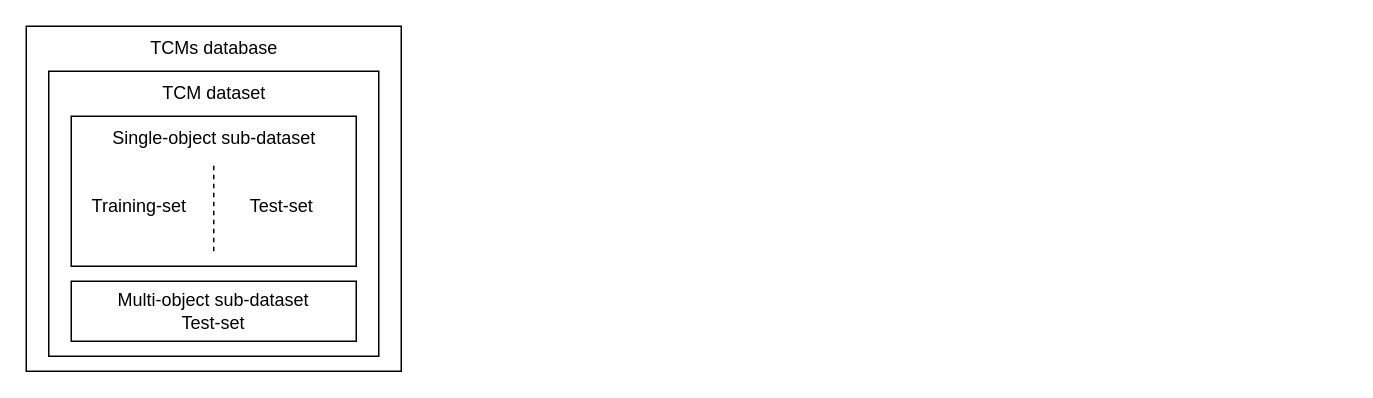
The draw.io diagram flow_tcmnet.drawio in GPL1024/BigNews, before the edit. Source tidied: cells renumbered, new cells numbered last; positions are measured from the earlier drawing's top-left corner, leaving out a move shared by most shapes. Both pictures are drawn from the tidied source at 150%, with x=0, y=0 at pixel (26, 26).
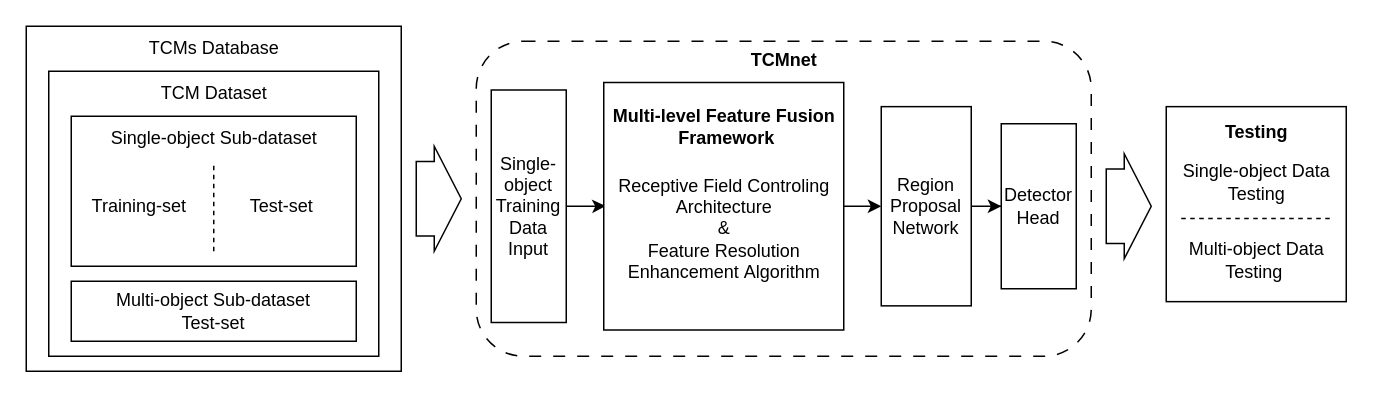
The same page after the edit.

What changed in the source:
```diff
@@
+    <mxCell id="12" style="rounded=1;whiteSpace=wrap;html=1;fillColor=none;dashed=1;dashPattern=8 8;" parent="1" vertex="1">
+      <mxGeometry x="300" y="10" width="410" height="210" as="geometry" />
+    </mxCell>
@@
-    <mxCell id="3" value="TCMs database" style="text;html=1;align=center;verticalAlign=middle;strokeColor=none;fillColor=none;" parent="1" vertex="1">
+    <mxCell id="3" value="TCMs Database" style="text;html=1;align=center;verticalAlign=middle;strokeColor=none;fillColor=none;" parent="1" vertex="1">
       <mxGeometry x="70" width="110" height="30" as="geometry" />
     </mxCell>
@@
-    <mxCell id="6" value="Single-object sub-dataset" style="text;html=1;align=center;verticalAlign=middle;strokeColor=none;fillColor=none;" parent="1" vertex="1">
+    <mxCell id="6" value="Single-object Sub-dataset" style="text;html=1;align=center;verticalAlign=middle;strokeColor=none;fillColor=none;" parent="1" vertex="1">
       <mxGeometry x="45" y="60" width="160" height="30" as="geometry" />
     </mxCell>
-    <mxCell id="7" value="Multi-object sub-dataset&lt;br&gt;Test-set" style="rounded=0;whiteSpace=wrap;html=1;align=center;" parent="1" vertex="1">
+    <mxCell id="7" value="Multi-object Sub-dataset&lt;br&gt;Test-set" style="rounded=0;whiteSpace=wrap;html=1;align=center;" parent="1" vertex="1">
       <mxGeometry x="30" y="170" width="190" height="40" as="geometry" />
     </mxCell>
-    <mxCell id="8" value="TCM dataset" style="text;html=1;align=center;verticalAlign=middle;strokeColor=none;fillColor=none;" parent="1" vertex="1">
+    <mxCell id="8" value="TCM Dataset" style="text;html=1;align=center;verticalAlign=middle;strokeColor=none;fillColor=none;" parent="1" vertex="1">
       <mxGeometry x="80" y="30" width="90" height="30" as="geometry" />
     </mxCell>
@@
+    <mxCell id="13" style="html=1;shadow=0;dashed=0;align=center;verticalAlign=middle;shape=mxgraph.arrows2.arrow;dy=0.29;dx=18;notch=0;" parent="1" vertex="1">
+      <mxGeometry x="260" y="80" width="30" height="70" as="geometry" />
+    </mxCell>
+    <mxCell id="14" style="edgeStyle=orthogonalEdgeStyle;rounded=0;jettySize=auto;html=1;entryX=0.008;entryY=0.331;entryDx=0;entryDy=0;entryPerimeter=0;" parent="1" edge="1" source="15" target="22">
+      <mxGeometry relative="1" as="geometry" />
+    </mxCell>
+    <mxCell id="15" value="Single-object&lt;br&gt;Training&lt;br&gt;Data&lt;br&gt;Input" style="rounded=0;whiteSpace=wrap;html=1;" parent="1" vertex="1">
+      <mxGeometry x="310" y="42.5" width="50" height="155" as="geometry" />
+    </mxCell>
+    <mxCell id="16" style="edgeStyle=orthogonalEdgeStyle;rounded=0;jettySize=auto;html=1;entryX=0;entryY=0.5;entryDx=0;entryDy=0;" parent="1" edge="1" source="17" target="19">
+      <mxGeometry relative="1" as="geometry" />
+    </mxCell>
+    <mxCell id="17" style="rounded=0;whiteSpace=wrap;html=1;" parent="1" vertex="1">
+      <mxGeometry x="385" y="37.5" width="160" height="165" as="geometry" />
+    </mxCell>
+    <mxCell id="18" style="edgeStyle=orthogonalEdgeStyle;rounded=0;jettySize=auto;html=1;entryX=0;entryY=0.5;entryDx=0;entryDy=0;" parent="1" edge="1" source="19" target="20">
+      <mxGeometry relative="1" as="geometry" />
+    </mxCell>
+    <mxCell id="19" value="Region&lt;br&gt;Proposal&lt;br&gt;Network" style="rounded=0;whiteSpace=wrap;html=1;" parent="1" vertex="1">
+      <mxGeometry x="570" y="53.6" width="60" height="132.8" as="geometry" />
+    </mxCell>
+    <mxCell id="20" value="Detector&lt;br&gt;Head" style="rounded=0;whiteSpace=wrap;html=1;" parent="1" vertex="1">
+      <mxGeometry x="650" y="65" width="50" height="110" as="geometry" />
+    </mxCell>
+    <mxCell id="21" value="&lt;b&gt;Multi-level Feature Fusion&lt;br&gt;&amp;nbsp;Framework&lt;/b&gt;" style="text;html=1;align=center;verticalAlign=middle;strokeColor=none;fillColor=none;" parent="1" vertex="1">
+      <mxGeometry x="380" y="47.2" width="170" height="40" as="geometry" />
+    </mxCell>
+    <mxCell id="22" value="Receptive Field Controling&lt;br&gt;Architecture&lt;br&gt;&amp;amp;&lt;br&gt;Feature Resolution &lt;br&gt;Enhancement&amp;nbsp;Algorithm" style="text;html=1;align=center;verticalAlign=middle;points=[];strokeColor=none;fillColor=none;" parent="1" vertex="1">
+      <mxGeometry x="385" y="90" width="160" height="90" as="geometry" />
+    </mxCell>
+    <mxCell id="23" value="TCMnet" style="text;html=1;align=center;verticalAlign=middle;strokeColor=none;fillColor=none;fontStyle=1;" parent="1" vertex="1">
+      <mxGeometry x="470" y="7.5" width="70" height="30" as="geometry" />
+    </mxCell>
+    <mxCell id="24" style="html=1;shadow=0;dashed=0;align=center;verticalAlign=middle;shape=mxgraph.arrows2.arrow;dy=0.29;dx=18;notch=0;" parent="1" vertex="1">
+      <mxGeometry x="720" y="85" width="30" height="70" as="geometry" />
+    </mxCell>
+    <mxCell id="25" style="rounded=0;whiteSpace=wrap;html=1;" parent="1" vertex="1">
+      <mxGeometry x="760" y="53.6" width="120" height="130" as="geometry" />
+    </mxCell>
+    <mxCell id="26" value="Testing" style="text;html=1;align=center;verticalAlign=middle;strokeColor=none;fillColor=none;fontStyle=1;" parent="1" vertex="1">
+      <mxGeometry x="785" y="56.1" width="70" height="30" as="geometry" />
+    </mxCell>
+    <mxCell id="27" style="endArrow=none;dashed=1;html=1;rounded=0;" parent="1" edge="1">
+      <mxGeometry relative="1" as="geometry">
+        <mxPoint x="770" y="128.1" as="sourcePoint" />
+        <mxPoint x="870" y="128.1" as="targetPoint" />
+      </mxGeometry>
+    </mxCell>
+    <mxCell id="28" value="Single-object Data&lt;br&gt;Testing" style="text;html=1;align=center;verticalAlign=middle;strokeColor=none;fillColor=none;" parent="1" vertex="1">
+      <mxGeometry x="760" y="83.6" width="120" height="40" as="geometry" />
+    </mxCell>
+    <mxCell id="29" value="Multi-object Data&lt;br&gt;Testing&amp;nbsp;" style="text;html=1;align=center;verticalAlign=middle;strokeColor=none;fillColor=none;" parent="1" vertex="1">
+      <mxGeometry x="765" y="135.6" width="110" height="40" as="geometry" />
+    </mxCell>
```
